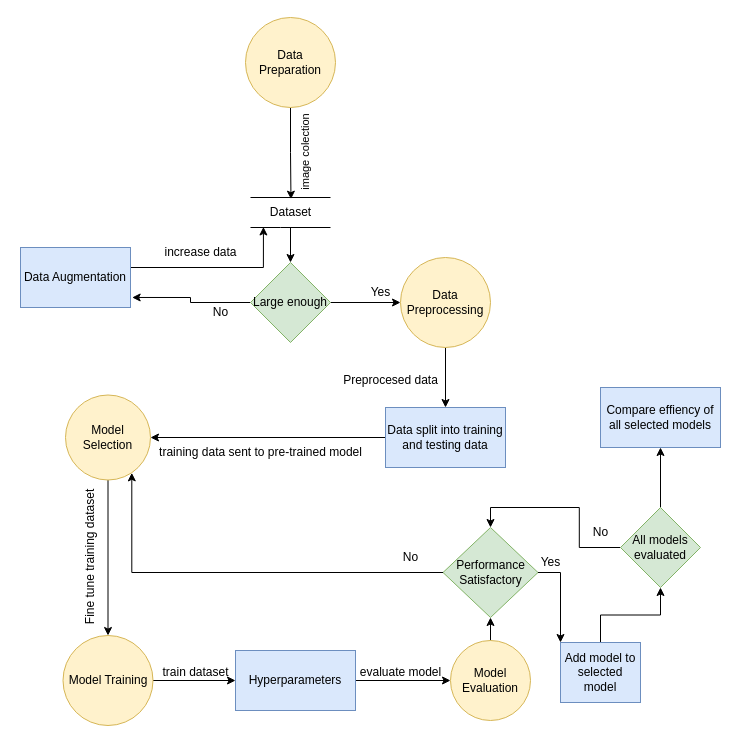
Earlier version of the draw.io diagram Dataflow_diagram.drawio (Archi1809/Capstone-project). Source tidied: cells renumbered, new cells numbered last; positions are measured from the earlier drawing's top-left corner, leaving out a move shared by most shapes. Both pictures are drawn from the tidied source at 100%, with x=0, y=0 at pixel (10, 17).
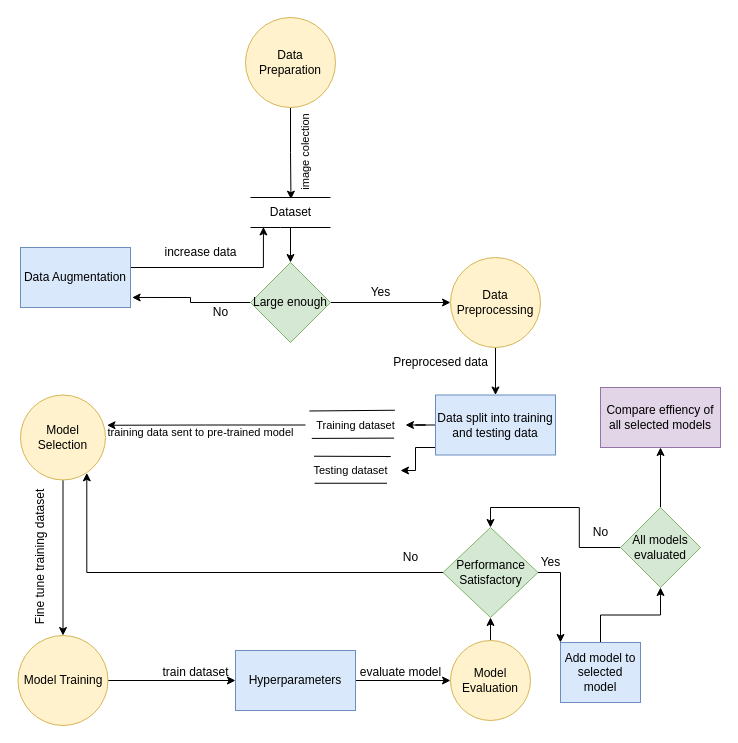
The same diagram, later.

Change to the diagram source:
```diff
@@
     <mxCell id="5" value="Model Training" style="ellipse;whiteSpace=wrap;html=1;fillColor=#fff2cc;strokeColor=#d6b656;" parent="1" vertex="1">
-      <mxGeometry x="52.5" y="618" width="90" height="90" as="geometry" />
+      <mxGeometry x="7.5" y="618" width="90" height="90" as="geometry" />
     </mxCell>
@@
     <mxCell id="7" value="Data Preprocessing" style="ellipse;whiteSpace=wrap;html=1;fillColor=#fff2cc;strokeColor=#d6b656;" parent="1" vertex="1">
-      <mxGeometry x="390" y="240" width="90" height="90" as="geometry" />
+      <mxGeometry x="440" y="240" width="90" height="90" as="geometry" />
     </mxCell>
@@
-    <mxCell id="23" style="edgeStyle=orthogonalEdgeStyle;rounded=0;jettySize=auto;html=1;entryX=1;entryY=0.5;entryDx=0;entryDy=0;" parent="1" edge="1" source="24" target="27">
-      <mxGeometry relative="1" as="geometry" />
-    </mxCell>
+    <mxCell id="46" style="edgeStyle=orthogonalEdgeStyle;rounded=0;jettySize=auto;html=1;" parent="1" edge="1" source="24" target="51">
+      <mxGeometry relative="1" as="geometry" />
+    </mxCell>
+    <mxCell id="47" style="edgeStyle=orthogonalEdgeStyle;rounded=0;jettySize=auto;html=1;" parent="1" edge="1" source="24" target="52">
+      <mxGeometry relative="1" as="geometry">
+        <Array as="points">
+          <mxPoint x="405" y="430" />
+          <mxPoint x="405" y="453" />
+        </Array>
+      </mxGeometry>
+    </mxCell>
     <mxCell id="24" value="Data split into training and testing data" style="rounded=0;whiteSpace=wrap;html=1;fillColor=#dae8fc;strokeColor=#6c8ebf;" parent="1" vertex="1">
-      <mxGeometry x="375" y="390" width="120" height="60" as="geometry" />
+      <mxGeometry x="425" y="377.5" width="120" height="60" as="geometry" />
     </mxCell>
     <mxCell id="25" value="Preprocesed data" style="text;html=1;align=center;verticalAlign=middle;strokeColor=none;fillColor=none;" parent="1" vertex="1">
-      <mxGeometry x="320" y="347.5" width="120" height="30" as="geometry" />
+      <mxGeometry x="370" y="330" width="120" height="30" as="geometry" />
     </mxCell>
@@
     <mxCell id="27" value="Model Selection" style="ellipse;whiteSpace=wrap;html=1;fillColor=#fff2cc;strokeColor=#d6b656;" parent="1" vertex="1">
-      <mxGeometry x="55" y="377.5" width="85" height="85" as="geometry" />
+      <mxGeometry x="10" y="377.5" width="85" height="85" as="geometry" />
     </mxCell>
-    <mxCell id="28" value="training data sent to pre-trained model" style="text;html=1;align=center;verticalAlign=middle;strokeColor=none;fillColor=none;" parent="1" vertex="1">
-      <mxGeometry x="135" y="420" width="230" height="30" as="geometry" />
+    <mxCell id="28" value="&lt;font style=&quot;font-size: 11px;&quot;&gt;training data sent to pre-trained model&lt;/font&gt;" style="text;html=1;align=center;verticalAlign=middle;strokeColor=none;fillColor=none;" parent="1" vertex="1">
+      <mxGeometry x="85" y="400" width="210" height="30" as="geometry" />
     </mxCell>
     <mxCell id="29" value="Fine tune training dataset" style="text;html=1;align=center;verticalAlign=middle;strokeColor=none;fillColor=none;rotation=-90;" parent="1" vertex="1">
-      <mxGeometry y="525" width="160" height="30" as="geometry" />
+      <mxGeometry x="-50" y="525" width="160" height="30" as="geometry" />
     </mxCell>
@@
-    <mxCell id="44" value="Compare effiency of all selected models" style="whiteSpace=wrap;html=1;fillColor=#dae8fc;strokeColor=#6c8ebf;" parent="1" vertex="1">
+    <mxCell id="44" value="Compare effiency of all selected models" style="whiteSpace=wrap;html=1;fillColor=#e1d5e7;strokeColor=#9673a6;" parent="1" vertex="1">
       <mxGeometry x="590" y="370" width="120" height="60" as="geometry" />
     </mxCell>
@@
+    <mxCell id="48" style="endArrow=none;html=1;rounded=0;entryX=0.894;entryY=0.008;entryDx=0;entryDy=0;entryPerimeter=0;exitX=0.039;exitY=0.033;exitDx=0;exitDy=0;exitPerimeter=0;" parent="1" edge="1" source="51" target="51">
+      <mxGeometry relative="1" as="geometry" />
+    </mxCell>
+    <mxCell id="49" style="endArrow=none;html=1;rounded=0;entryX=0.886;entryY=0.937;entryDx=0;entryDy=0;entryPerimeter=0;exitX=0.063;exitY=0.947;exitDx=0;exitDy=0;exitPerimeter=0;" parent="1" edge="1" source="51" target="51">
+      <mxGeometry relative="1" as="geometry" />
+    </mxCell>
+    <mxCell id="50" style="edgeStyle=orthogonalEdgeStyle;rounded=0;jettySize=auto;html=1;entryX=1.018;entryY=0.356;entryDx=0;entryDy=0;entryPerimeter=0;" parent="1" edge="1" source="51" target="27">
+      <mxGeometry relative="1" as="geometry" />
+    </mxCell>
+    <mxCell id="51" value="&lt;font style=&quot;font-size: 11px;&quot;&gt;Training dataset&lt;/font&gt;" style="text;html=1;align=center;verticalAlign=middle;points=[];strokeColor=none;fillColor=none;" parent="1" vertex="1">
+      <mxGeometry x="295" y="392.5" width="100" height="30" as="geometry" />
+    </mxCell>
+    <mxCell id="52" value="&lt;font style=&quot;font-size: 11px;&quot;&gt;Testing dataset&lt;/font&gt;" style="text;html=1;align=center;verticalAlign=middle;points=[];strokeColor=none;fillColor=none;" parent="1" vertex="1">
+      <mxGeometry x="290" y="437.5" width="100" height="30" as="geometry" />
+    </mxCell>
+    <mxCell id="53" style="endArrow=none;html=1;rounded=0;entryX=0.859;entryY=0.055;entryDx=0;entryDy=0;entryPerimeter=0;exitX=0.135;exitY=0.041;exitDx=0;exitDy=0;exitPerimeter=0;" parent="1" edge="1" source="52" target="52">
+      <mxGeometry relative="1" as="geometry">
+        <Array as="points">
+          <mxPoint x="380" y="439" />
+        </Array>
+      </mxGeometry>
+    </mxCell>
+    <mxCell id="54" style="endArrow=none;html=1;rounded=0;entryX=0.865;entryY=0.942;entryDx=0;entryDy=0;entryPerimeter=0;exitX=0.141;exitY=0.942;exitDx=0;exitDy=0;exitPerimeter=0;" parent="1" edge="1" source="52" target="52">
+      <mxGeometry relative="1" as="geometry" />
+    </mxCell>
```
